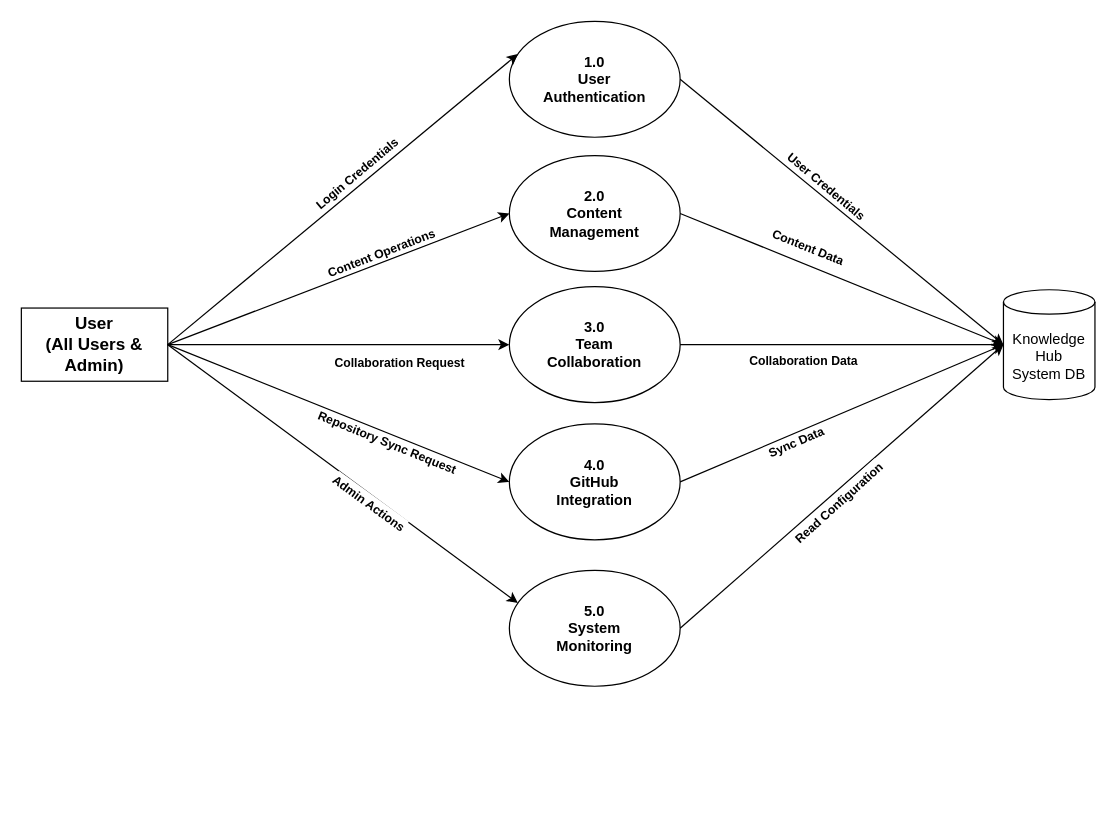
Above: docs/dfd-level-1.drawio in Nithinvp11/DocHub (draw.io), before the change. Source tidied: cells renumbered, new cells numbered last; positions are measured from the earlier drawing's top-left corner, leaving out a move shared by most shapes. Both pictures are drawn from the tidied source at 122%, with x=0, y=0 at pixel (21, 21).
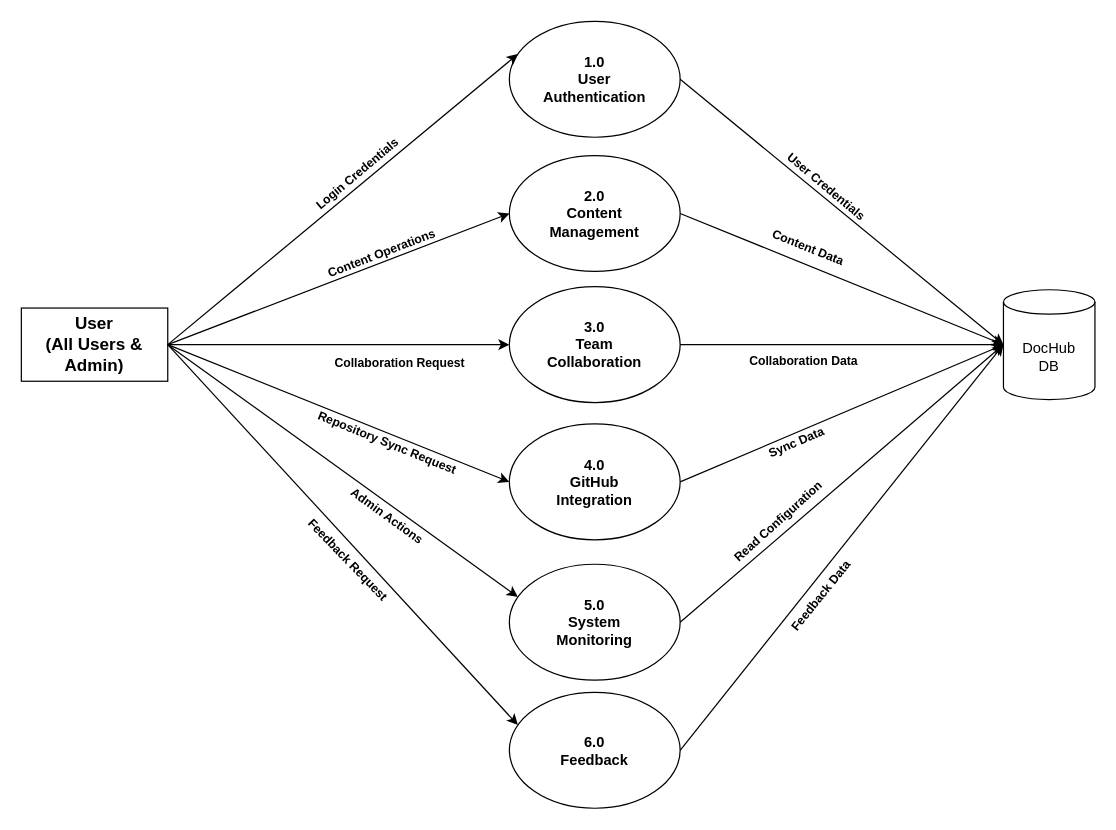
After the change.

The change refers to these unchanged cells:
```xml
<mxCell id="4" value="User&#10;(All Users &amp; Admin)" style="rounded=1;whiteSpace=wrap;html=1;fillColor=#ffffff;strokeColor=#000000;fontSize=14;fontStyle=1;arcSize=0;" parent="1" vertex="1">
  <mxGeometry y="235" width="120" height="60" as="geometry" />
</mxCell>
<mxCell id="10" style="shape=cylinder3;whiteSpace=wrap;html=1;boundedLbl=1;backgroundOutline=1;size=10.000030517578125;fillColor=#ffffff;strokeColor=#000000;fontSize=11;fontStyle=1;align=left;" parent="1" vertex="1">
  <mxGeometry x="805" y="220" width="75" height="90" as="geometry" />
</mxCell>
```

What changed in the source:
```diff
@@
     <mxCell id="9" value="5.0&lt;br&gt;System&lt;br&gt;Monitoring" style="ellipse;whiteSpace=wrap;html=1;fillColor=#ffffff;strokeColor=#000000;fontSize=12;fontStyle=1;" parent="1" vertex="1">
-      <mxGeometry x="400" y="450" width="140" height="95" as="geometry" />
+      <mxGeometry x="400" y="445" width="140" height="95" as="geometry" />
     </mxCell>
+    <mxCell id="28" value="6.0&lt;br&gt;Feedback" style="ellipse;whiteSpace=wrap;html=1;fillColor=#ffffff;strokeColor=#000000;fontSize=12;fontStyle=1;" parent="1" vertex="1">
+      <mxGeometry x="400" y="550" width="140" height="95" as="geometry" />
+    </mxCell>
@@
+    <mxCell id="29" style="endArrow=classic;html=1;entryX=0;entryY=0.25;entryDx=0;entryDy=0;fontSize=9;exitX=1;exitY=0.5;exitDx=0;exitDy=0;" parent="1" edge="1" source="4" target="28">
+      <mxGeometry x="-0.01" y="-2" relative="1" as="geometry" />
+    </mxCell>
+    <mxCell id="30" style="endArrow=classic;html=1;exitX=1;exitY=0.5;exitDx=0;exitDy=0;entryX=0;entryY=0.5;entryDx=0;entryDy=0;entryPerimeter=0;fontSize=9;" parent="1" edge="1" source="28" target="10">
+      <mxGeometry relative="1" as="geometry" />
+    </mxCell>
-    <mxCell id="21" value="&lt;font style=&quot;font-size: 12px;&quot;&gt;&lt;span style=&quot;color: rgb(0, 0, 0);&quot;&gt;Knowledge Hub&lt;/span&gt;&lt;br style=&quot;color: rgb(63, 63, 63); scrollbar-color: rgb(226, 226, 226) rgb(251, 251, 251);&quot;&gt;&lt;span style=&quot;color: rgb(0, 0, 0);&quot;&gt;System&amp;nbsp;&lt;/span&gt;DB&lt;/font&gt;" style="text;strokeColor=none;align=center;fillColor=none;html=1;verticalAlign=middle;whiteSpace=wrap;rounded=0;" parent="1" vertex="1">
+    <mxCell id="21" value="DocHub&lt;div&gt;DB&lt;/div&gt;" style="text;strokeColor=none;align=center;fillColor=none;html=1;verticalAlign=middle;whiteSpace=wrap;rounded=0;" parent="1" vertex="1">
       <mxGeometry x="815" y="260" width="55" height="30" as="geometry" />
     </mxCell>
@@
     <mxCell id="24" value="&lt;span style=&quot;color: rgb(0, 0, 0); background-color: rgb(255, 255, 255);&quot;&gt;&lt;font style=&quot;font-size: 10px;&quot;&gt;&lt;b&gt;Admin Actions&lt;/b&gt;&lt;/font&gt;&lt;/span&gt;" style="text;html=1;align=center;verticalAlign=middle;strokeColor=none;fillColor=none;rotation=36;" parent="1" vertex="1">
-      <mxGeometry x="240" y="380" width="90" height="30" as="geometry" />
+      <mxGeometry x="255" y="390" width="90" height="30" as="geometry" />
     </mxCell>
@@
     <mxCell id="27" value="&lt;span style=&quot;color: rgb(0, 0, 0); background-color: rgb(255, 255, 255);&quot;&gt;&lt;font style=&quot;font-size: 10px;&quot;&gt;&lt;b&gt;Read Configuration&lt;/b&gt;&lt;/font&gt;&lt;/span&gt;" style="text;html=1;align=center;verticalAlign=middle;strokeColor=none;fillColor=none;rotation=-42;" parent="1" vertex="1">
-      <mxGeometry x="610" y="380" width="120" height="30" as="geometry" />
+      <mxGeometry x="560" y="395" width="120" height="30" as="geometry" />
     </mxCell>
+    <mxCell id="31" value="&lt;span style=&quot;color: rgb(0, 0, 0); background-color: rgb(255, 255, 255);&quot;&gt;&lt;font style=&quot;font-size: 10px;&quot;&gt;&lt;b&gt;Feedback Request&lt;/b&gt;&lt;/font&gt;&lt;/span&gt;" style="text;html=1;align=center;verticalAlign=middle;strokeColor=none;fillColor=none;rotation=46;" parent="1" vertex="1">
+      <mxGeometry x="218" y="426" width="100" height="30" as="geometry" />
+    </mxCell>
+    <mxCell id="32" value="&lt;span style=&quot;color: rgb(0, 0, 0); background-color: rgb(255, 255, 255);&quot;&gt;&lt;font style=&quot;font-size: 10px;&quot;&gt;&lt;b&gt;Feedback Data&lt;/b&gt;&lt;/font&gt;&lt;/span&gt;" style="text;html=1;align=center;verticalAlign=middle;strokeColor=none;fillColor=none;rotation=-51;" parent="1" vertex="1">
+      <mxGeometry x="610" y="456" width="90" height="30" as="geometry" />
+    </mxCell>
```
